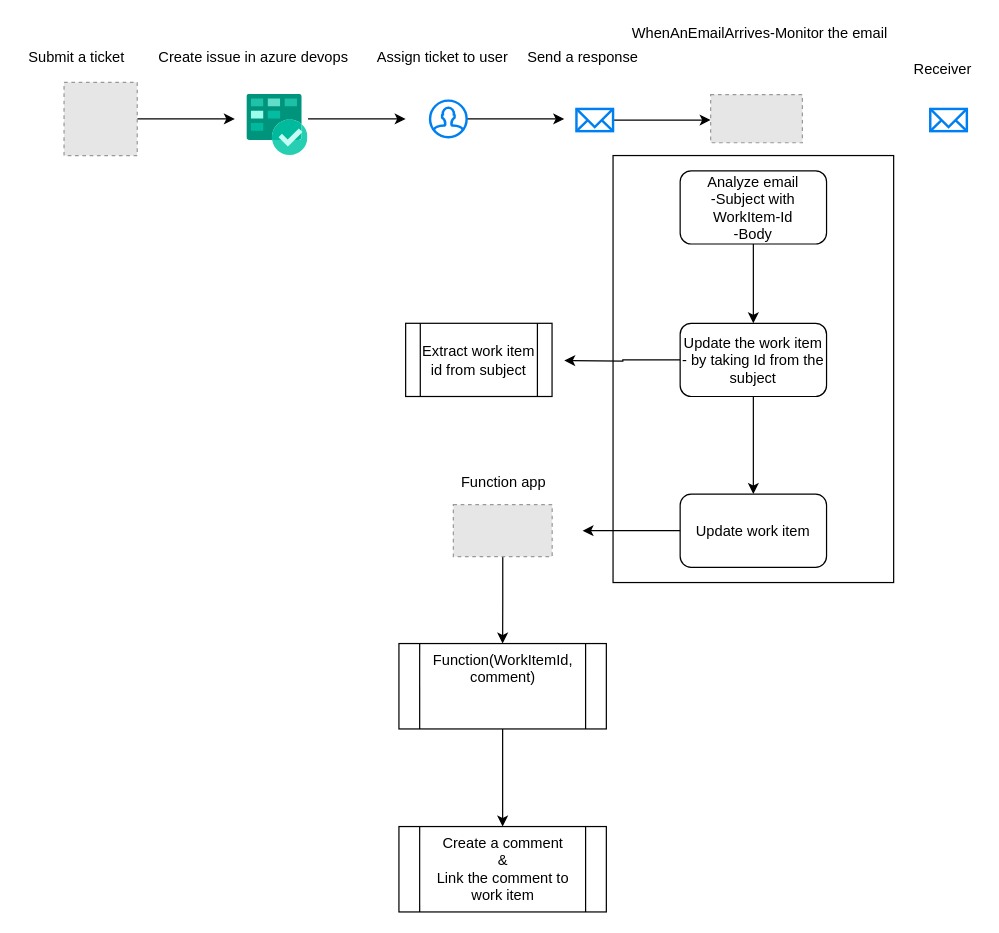
aksh-h/Diagrams keeps this draw.io diagram as Docs/Untitled Diagram.drawio. Above is the earlier version. Source tidied: cells renumbered, new cells numbered last; positions are measured from the earlier drawing's top-left corner, leaving out a move shared by most shapes. Both pictures are drawn from the tidied source at 122%, with x=0, y=0 at pixel (21, 21). Pictures stored in the file or linked from it are replaced by grey dashed boxes.
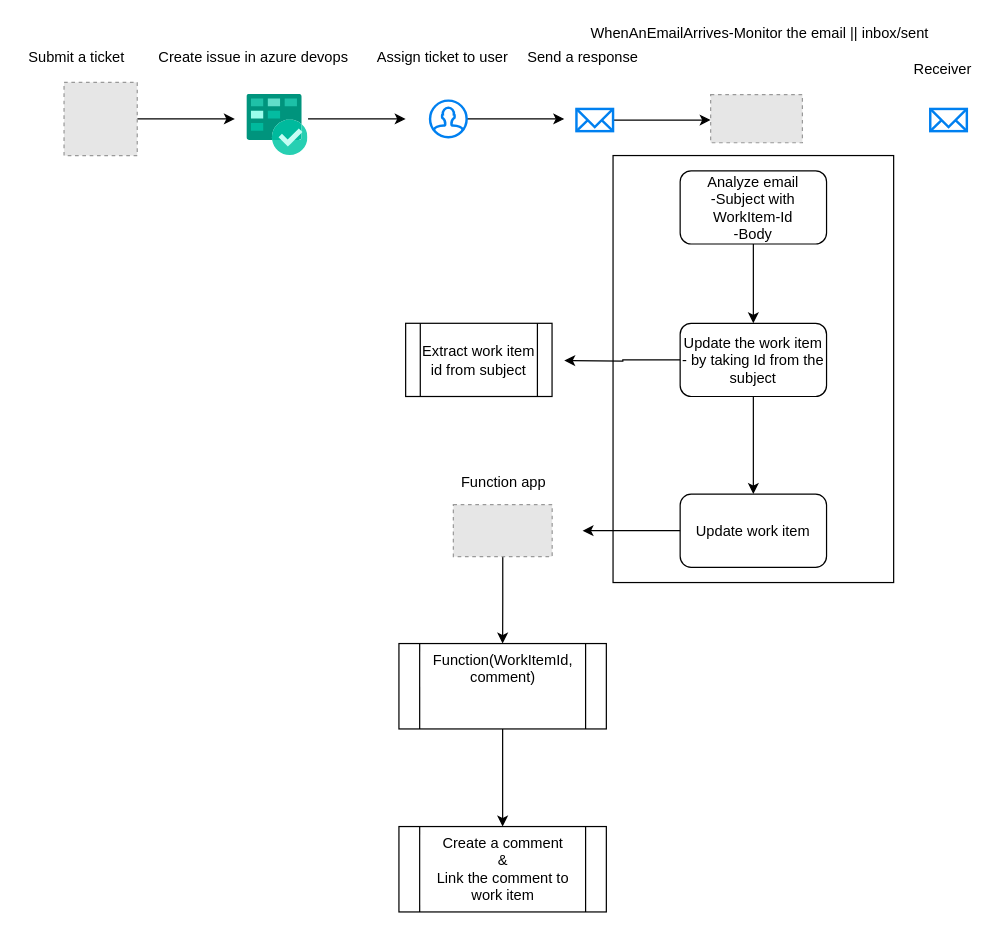
After the change.

What changed in the source:
```diff
@@
-    <mxCell id="16" value="WhenAnEmailArrives-Monitor the email" style="text;html=1;align=center;verticalAlign=middle;strokeColor=none;" parent="1" vertex="1">
-      <mxGeometry x="495" width="220" height="20" as="geometry" />
+    <mxCell id="16" value="WhenAnEmailArrives-Monitor the email || inbox/sent" style="text;html=1;align=center;verticalAlign=middle;strokeColor=none;" parent="1" vertex="1">
+      <mxGeometry x="460" width="290" height="20" as="geometry" />
     </mxCell>
```
